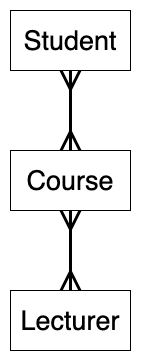
Above: docs/images/schema.png in aratare-jp/epsilon-react-demo (draw.io), before the change. Source tidied: cells renumbered, new cells last; positions are measured from the earlier drawing's top-left corner, leaving out a move shared by most shapes. The source it was exported from:
```xml
<mxGraphModel>
  <root>
    <mxCell id="0" />
    <mxCell id="1" parent="0" />
    <mxCell id="2" style="edgeStyle=orthogonalEdgeStyle;rounded=0;jettySize=auto;html=1;fontSize=27;startArrow=ERmany;startFill=0;endArrow=ERmany;endFill=0;strokeWidth=3;endSize=15;startSize=15;" parent="1" edge="1" source="3" target="4">
      <mxGeometry relative="1" as="geometry" />
    </mxCell>
    <mxCell id="3" value="Student" style="rounded=0;whiteSpace=wrap;html=1;fontSize=27;" parent="1" vertex="1">
      <mxGeometry width="120" height="60" as="geometry" />
    </mxCell>
    <mxCell id="4" value="Course" style="rounded=0;whiteSpace=wrap;html=1;fontSize=27;" parent="1" vertex="1">
      <mxGeometry y="140" width="120" height="60" as="geometry" />
    </mxCell>
    <mxCell id="5" style="edgeStyle=orthogonalEdgeStyle;rounded=0;jettySize=auto;html=1;entryX=0.5;entryY=1;entryDx=0;entryDy=0;fontSize=27;strokeWidth=3;startArrow=ERmany;startFill=0;endArrow=ERmany;endFill=0;endSize=15;targetPerimeterSpacing=0;sourcePerimeterSpacing=0;startSize=15;" parent="1" edge="1" source="6" target="4">
      <mxGeometry relative="1" as="geometry" />
    </mxCell>
    <mxCell id="6" value="Lecturer" style="rounded=0;whiteSpace=wrap;html=1;fontSize=27;" parent="1" vertex="1">
      <mxGeometry y="280" width="120" height="60" as="geometry" />
    </mxCell>
  </root>
</mxGraphModel>
```
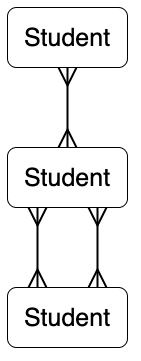
The same diagram one commit later.

Change to the diagram source:
```diff
@@ -2,20 +2,23 @@
   <root>
     <mxCell id="0" />
     <mxCell id="1" parent="0" />
-    <mxCell id="2" style="edgeStyle=orthogonalEdgeStyle;rounded=0;jettySize=auto;html=1;fontSize=27;startArrow=ERmany;startFill=0;endArrow=ERmany;endFill=0;strokeWidth=3;endSize=15;startSize=15;" parent="1" edge="1" source="3" target="4">
-      <mxGeometry relative="1" as="geometry" />
-    </mxCell>
-    <mxCell id="3" value="Student" style="rounded=0;whiteSpace=wrap;html=1;fontSize=27;" parent="1" vertex="1">
-      <mxGeometry width="120" height="60" as="geometry" />
-    </mxCell>
-    <mxCell id="4" value="Course" style="rounded=0;whiteSpace=wrap;html=1;fontSize=27;" parent="1" vertex="1">
-      <mxGeometry y="140" width="120" height="60" as="geometry" />
-    </mxCell>
-    <mxCell id="5" style="edgeStyle=orthogonalEdgeStyle;rounded=0;jettySize=auto;html=1;entryX=0.5;entryY=1;entryDx=0;entryDy=0;fontSize=27;strokeWidth=3;startArrow=ERmany;startFill=0;endArrow=ERmany;endFill=0;endSize=15;targetPerimeterSpacing=0;sourcePerimeterSpacing=0;startSize=15;" parent="1" edge="1" source="6" target="4">
-      <mxGeometry relative="1" as="geometry" />
-    </mxCell>
-    <mxCell id="6" value="Lecturer" style="rounded=0;whiteSpace=wrap;html=1;fontSize=27;" parent="1" vertex="1">
-      <mxGeometry y="280" width="120" height="60" as="geometry" />
-    </mxCell>
+    <mxCell id="7" style="edgeStyle=orthogonalEdgeStyle;rounded=0;jettySize=auto;html=1;exitX=0.75;exitY=1;exitDx=0;exitDy=0;entryX=0.75;entryY=0;entryDx=0;entryDy=0;fontSize=25;startArrow=ERmany;startFill=0;endArrow=ERmany;endFill=0;endSize=15;startSize=15;strokeWidth=2;" parent="1" edge="1" source="9" target="10">
+      <mxGeometry relative="1" as="geometry" />
+    </mxCell>
+    <mxCell id="8" style="edgeStyle=orthogonalEdgeStyle;rounded=0;jettySize=auto;html=1;exitX=0.25;exitY=1;exitDx=0;exitDy=0;entryX=0.25;entryY=0;entryDx=0;entryDy=0;fontSize=25;startArrow=ERmany;startFill=0;endArrow=ERmany;endFill=0;endSize=15;startSize=15;strokeWidth=2;" parent="1" edge="1" source="9" target="10">
+      <mxGeometry relative="1" as="geometry" />
+    </mxCell>
+    <mxCell id="9" value="Student" style="rounded=1;whiteSpace=wrap;html=1;fontSize=25;" parent="1" vertex="1">
+      <mxGeometry x="-4" y="190" width="120" height="60" as="geometry" />
+    </mxCell>
+    <mxCell id="10" value="Student" style="rounded=1;whiteSpace=wrap;html=1;fontSize=25;" parent="1" vertex="1">
+      <mxGeometry x="-4" y="330" width="120" height="60" as="geometry" />
+    </mxCell>
+    <mxCell id="11" style="edgeStyle=orthogonalEdgeStyle;rounded=0;jettySize=auto;html=1;entryX=0.5;entryY=0;entryDx=0;entryDy=0;fontSize=25;startArrow=ERmany;startFill=0;endArrow=ERmany;endFill=0;endSize=15;startSize=15;strokeWidth=2;" parent="1" edge="1" source="12" target="9">
+      <mxGeometry relative="1" as="geometry" />
+    </mxCell>
+    <mxCell id="12" value="Student" style="rounded=1;whiteSpace=wrap;html=1;fontSize=25;" parent="1" vertex="1">
+      <mxGeometry x="-4" y="50" width="120" height="60" as="geometry" />
+    </mxCell>
   </root>
 </mxGraphModel>
```
